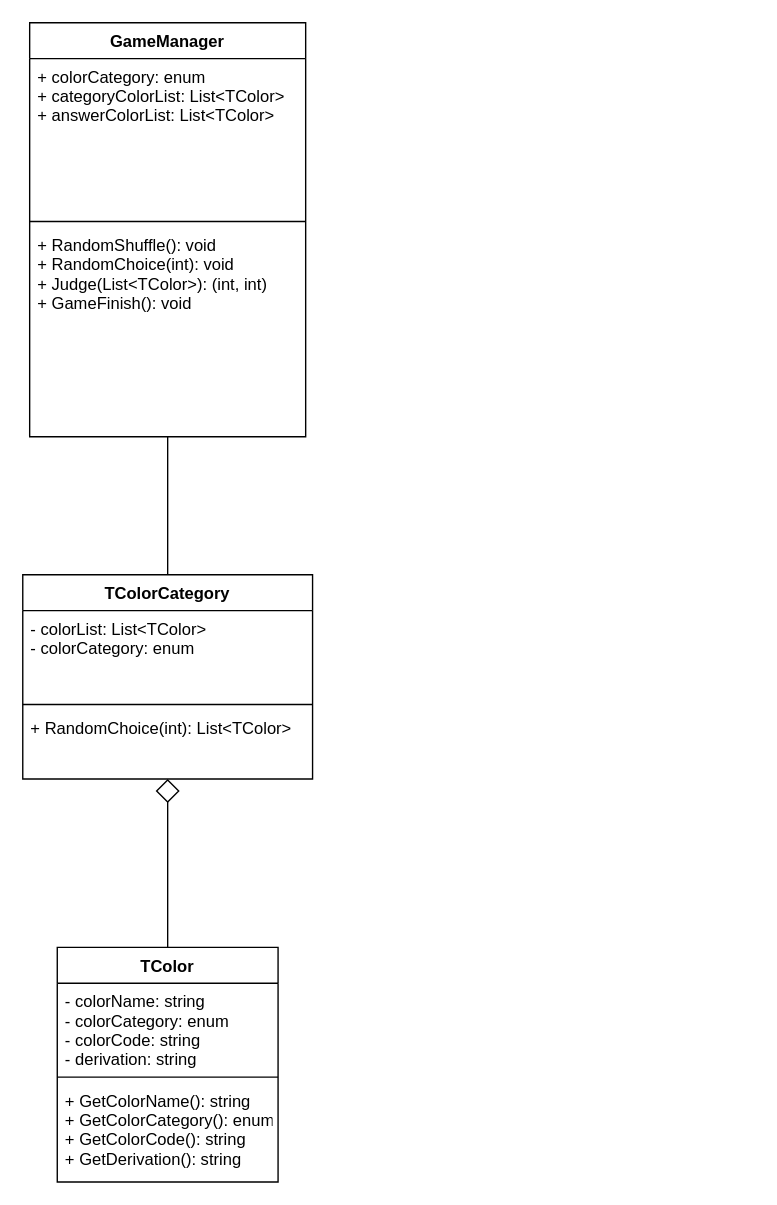
This is Assets/DrawIO/ClassDiagram.drawio from BlueKoopa0127/TraditionalColor, a draw.io file, before an edit. Source tidied: cells renumbered, new cells numbered last; positions are measured from the earlier drawing's top-left corner, leaving out a move shared by most shapes. Both pictures are drawn from the tidied source at 138%, with x=0, y=0 at pixel (22, 22).
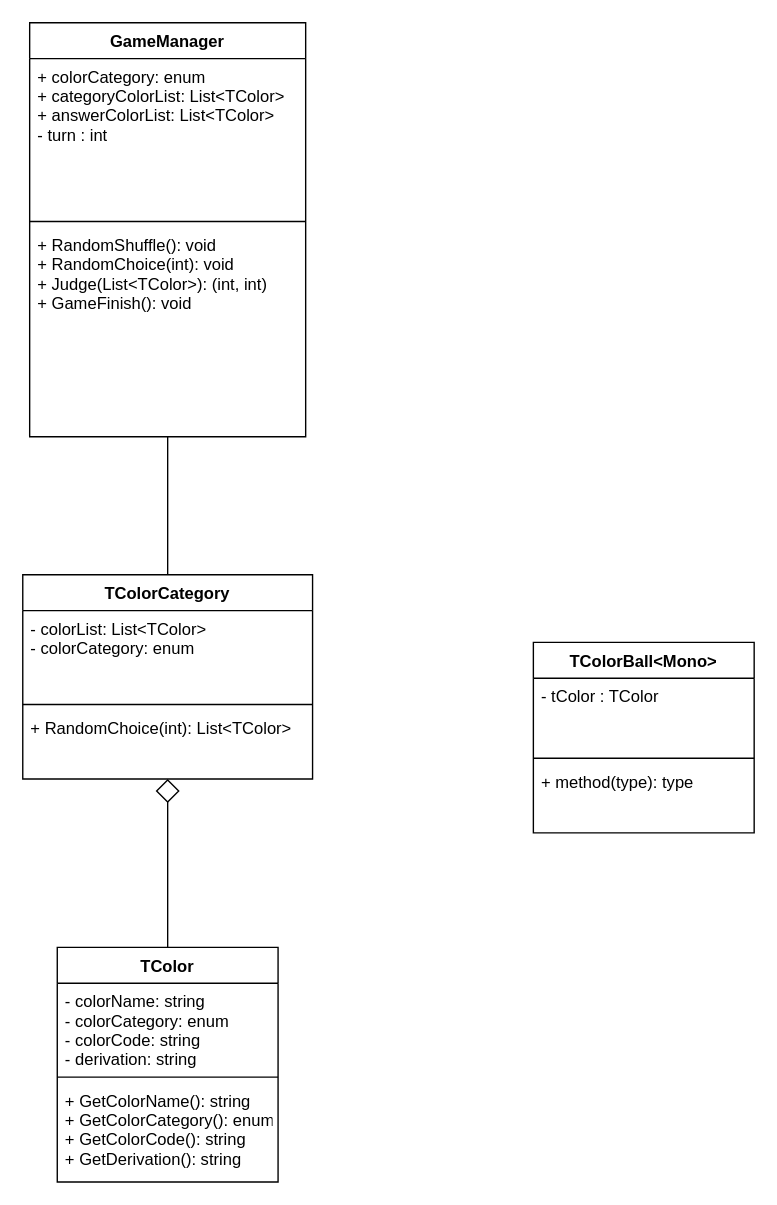
Above is the later version.

The edit, as a diff of the source:
```diff
@@
 <mxGraphModel>
   <root>
     <mxCell id="0" />
     <mxCell id="1" parent="0" />
     <mxCell id="2" style="edgeStyle=orthogonalEdgeStyle;rounded=0;jettySize=auto;html=1;endArrow=diamond;endFill=0;strokeWidth=1;endSize=15;" parent="1" edge="1" source="3" target="8">
       <mxGeometry relative="1" as="geometry" />
     </mxCell>
     <mxCell id="3" value="TColor" style="swimlane;fontStyle=1;align=center;verticalAlign=top;horizontal=1;startSize=26;" parent="1" vertex="1">
       <mxGeometry x="25" y="670" width="160" height="170" as="geometry" />
     </mxCell>
     <mxCell id="4" value="- colorName: string&#10;- colorCategory: enum&#10;- colorCode: string&#10;- derivation: string" style="text;strokeColor=none;fillColor=none;align=left;verticalAlign=top;spacingLeft=4;spacingRight=4;overflow=hidden;" parent="3" vertex="1">
       <mxGeometry y="26" width="160" height="64" as="geometry" />
     </mxCell>
     <mxCell id="5" style="line;strokeWidth=1;fillColor=none;align=left;verticalAlign=middle;spacingTop=-1;spacingLeft=3;spacingRight=3;labelPosition=right;" parent="3" vertex="1">
       <mxGeometry y="90" width="160" height="8" as="geometry" />
     </mxCell>
     <mxCell id="6" value="+ GetColorName(): string&#10;+ GetColorCategory(): enum&#10;+ GetColorCode(): string&#10;+ GetDerivation(): string" style="text;strokeColor=none;fillColor=none;align=left;verticalAlign=top;spacingLeft=4;spacingRight=4;overflow=hidden;" parent="3" vertex="1">
       <mxGeometry y="98" width="160" height="72" as="geometry" />
     </mxCell>
     <mxCell id="7" style="edgeStyle=orthogonalEdgeStyle;rounded=0;jettySize=auto;html=1;endArrow=none;endFill=0;endSize=15;strokeWidth=1;" parent="1" edge="1" source="8" target="12">
       <mxGeometry relative="1" as="geometry" />
     </mxCell>
     <mxCell id="8" value="TColorCategory" style="swimlane;fontStyle=1;align=center;verticalAlign=top;horizontal=1;startSize=26;" parent="1" vertex="1">
       <mxGeometry y="400" width="210" height="148" as="geometry" />
     </mxCell>
     <mxCell id="9" value="- colorList: List&lt;TColor&gt;&#10;- colorCategory: enum" style="text;strokeColor=none;fillColor=none;align=left;verticalAlign=top;spacingLeft=4;spacingRight=4;overflow=hidden;" parent="8" vertex="1">
       <mxGeometry y="26" width="210" height="64" as="geometry" />
     </mxCell>
     <mxCell id="10" style="line;strokeWidth=1;fillColor=none;align=left;verticalAlign=middle;spacingTop=-1;spacingLeft=3;spacingRight=3;labelPosition=right;" parent="8" vertex="1">
       <mxGeometry y="90" width="210" height="8" as="geometry" />
     </mxCell>
     <mxCell id="11" value="+ RandomChoice(int): List&lt;TColor&gt;" style="text;strokeColor=none;fillColor=none;align=left;verticalAlign=top;spacingLeft=4;spacingRight=4;overflow=hidden;" parent="8" vertex="1">
       <mxGeometry y="98" width="210" height="50" as="geometry" />
     </mxCell>
     <mxCell id="12" value="GameManager" style="swimlane;fontStyle=1;align=center;verticalAlign=top;horizontal=1;startSize=26;" parent="1" vertex="1">
       <mxGeometry x="5" width="200" height="300" as="geometry" />
     </mxCell>
-    <mxCell id="13" value="+ colorCategory: enum&#10;+ categoryColorList: List&lt;TColor&gt;&#10;+ answerColorList: List&lt;TColor&gt;" style="text;strokeColor=none;fillColor=none;align=left;verticalAlign=top;spacingLeft=4;spacingRight=4;overflow=hidden;" parent="12" vertex="1">
+    <mxCell id="13" value="+ colorCategory: enum&#10;+ categoryColorList: List&lt;TColor&gt;&#10;+ answerColorList: List&lt;TColor&gt;&#10;- turn : int&#10;" style="text;strokeColor=none;fillColor=none;align=left;verticalAlign=top;spacingLeft=4;spacingRight=4;overflow=hidden;" parent="12" vertex="1">
       <mxGeometry y="26" width="200" height="114" as="geometry" />
     </mxCell>
     <mxCell id="14" style="line;strokeWidth=1;fillColor=none;align=left;verticalAlign=middle;spacingTop=-1;spacingLeft=3;spacingRight=3;labelPosition=right;" parent="12" vertex="1">
       <mxGeometry y="140" width="200" height="8" as="geometry" />
     </mxCell>
     <mxCell id="15" value="+ RandomShuffle(): void&#10;+ RandomChoice(int): void&#10;+ Judge(List&lt;TColor&gt;): (int, int)&#10;+ GameFinish(): void" style="text;strokeColor=none;fillColor=none;align=left;verticalAlign=top;spacingLeft=4;spacingRight=4;overflow=hidden;" parent="12" vertex="1">
       <mxGeometry y="148" width="200" height="152" as="geometry" />
     </mxCell>
+    <mxCell id="16" value="TColorBall&lt;Mono&gt;&#10;" style="swimlane;fontStyle=1;align=center;verticalAlign=top;horizontal=1;startSize=26;" parent="1" vertex="1">
+      <mxGeometry x="370" y="449" width="160" height="138" as="geometry" />
+    </mxCell>
+    <mxCell id="17" value="- tColor : TColor" style="text;strokeColor=none;fillColor=none;align=left;verticalAlign=top;spacingLeft=4;spacingRight=4;overflow=hidden;" parent="16" vertex="1">
+      <mxGeometry y="26" width="160" height="54" as="geometry" />
+    </mxCell>
+    <mxCell id="18" style="line;strokeWidth=1;fillColor=none;align=left;verticalAlign=middle;spacingTop=-1;spacingLeft=3;spacingRight=3;labelPosition=right;" parent="16" vertex="1">
+      <mxGeometry y="80" width="160" height="8" as="geometry" />
+    </mxCell>
+    <mxCell id="19" value="+ method(type): type" style="text;strokeColor=none;fillColor=none;align=left;verticalAlign=top;spacingLeft=4;spacingRight=4;overflow=hidden;" parent="16" vertex="1">
+      <mxGeometry y="88" width="160" height="50" as="geometry" />
+    </mxCell>
   </root>
 </mxGraphModel>
```
